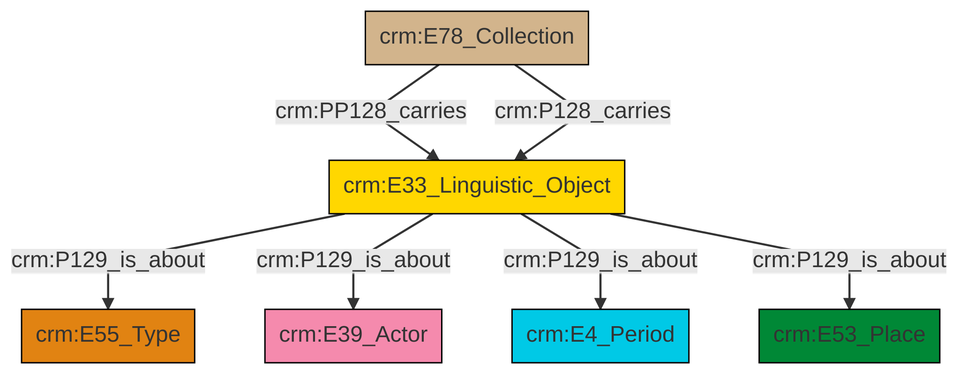
Above: et/archivalCSV/ttl/mmd/png/archival_aboutness.png in swiss-art-research-net/docs.swissartresearch (Mermaid), before the change. Its source is kept beside it as et/archivalCSV/ttl/mmd/archival_aboutness.ttl.mmd.
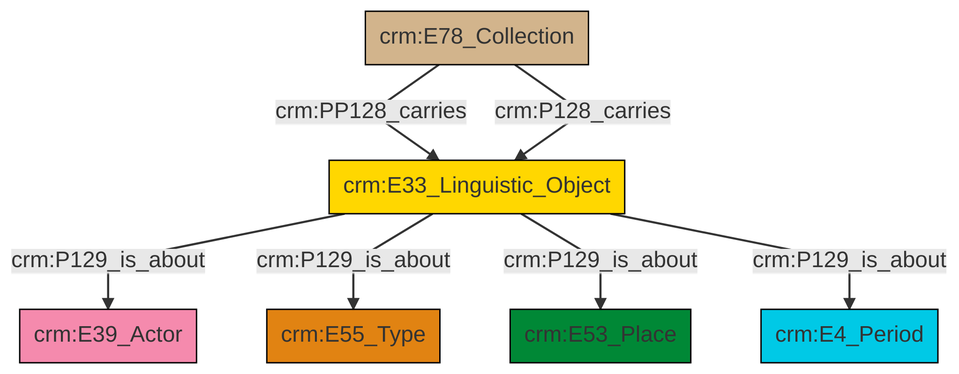
Above is the later version.

Diff of the diagram source:
```diff
@@ -13,9 +13,9 @@
 classDef PC_Classes fill:#4ce600, stroke:#000000;
 classDef Multi fill:#cccccc,stroke:#000000;
 
-2["crm:E33_Linguistic_Object"]:::Conceptual_Object -->|crm:P129_is_about| 3["crm:E55_Type"]:::Type
-2["crm:E33_Linguistic_Object"]:::Conceptual_Object -->|crm:P129_is_about| 4["crm:E39_Actor"]:::Actor
-2["crm:E33_Linguistic_Object"]:::Conceptual_Object -->|crm:P129_is_about| 6["crm:E4_Period"]:::Temporal_Entity
+2["crm:E33_Linguistic_Object"]:::Conceptual_Object -->|crm:P129_is_about| 3["crm:E39_Actor"]:::Actor
+2["crm:E33_Linguistic_Object"]:::Conceptual_Object -->|crm:P129_is_about| 4["crm:E55_Type"]:::Type
+2["crm:E33_Linguistic_Object"]:::Conceptual_Object -->|crm:P129_is_about| 7["crm:E53_Place"]:::Place
 0["crm:E78_Collection"]:::Physical_Thing -->|crm:PP128_carries| 2["crm:E33_Linguistic_Object"]:::Conceptual_Object
 0["crm:E78_Collection"]:::Physical_Thing -->|crm:P128_carries| 2["crm:E33_Linguistic_Object"]:::Conceptual_Object
-2["crm:E33_Linguistic_Object"]:::Conceptual_Object -->|crm:P129_is_about| 10["crm:E53_Place"]:::Place
+2["crm:E33_Linguistic_Object"]:::Conceptual_Object -->|crm:P129_is_about| 9["crm:E4_Period"]:::Temporal_Entity
```
